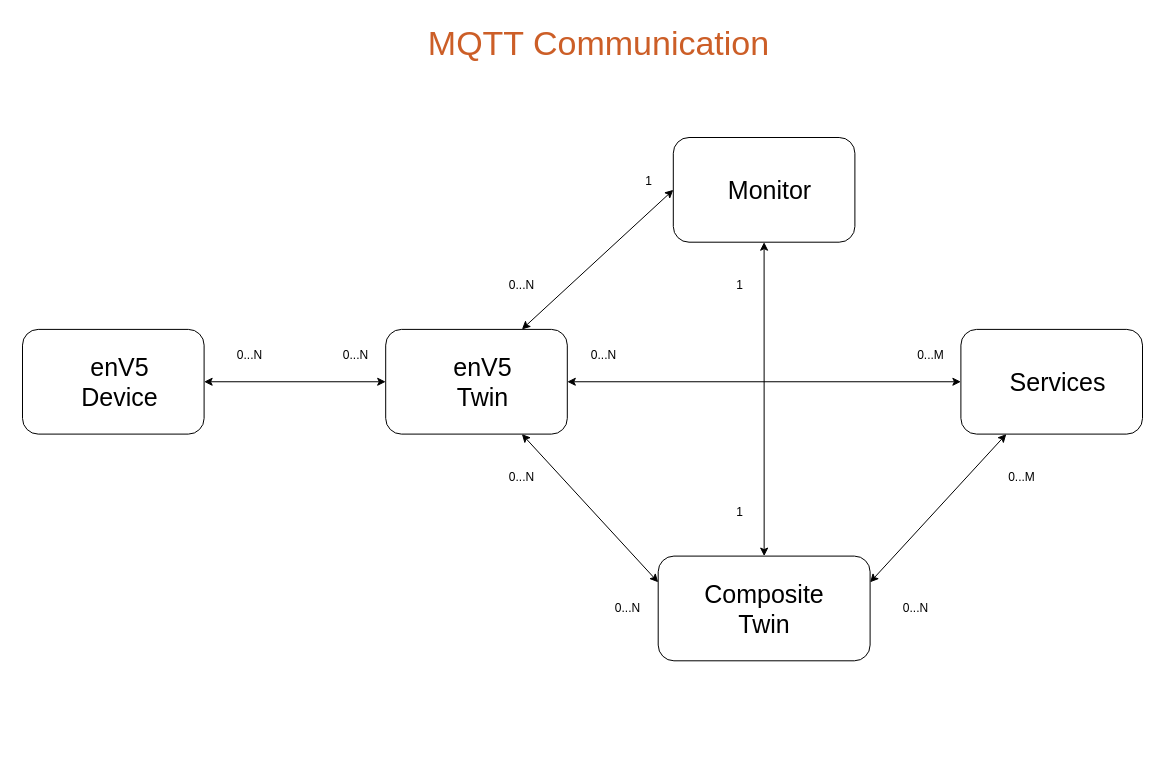
The draw.io diagram MQTT.drawio in HerrCooker/misc, before the edit. Source tidied: cells renumbered, new cells numbered last; positions are measured from the earlier drawing's top-left corner, leaving out a move shared by most shapes. Both pictures are drawn from the tidied source at 100%, with x=0, y=0 at pixel (17, 17).
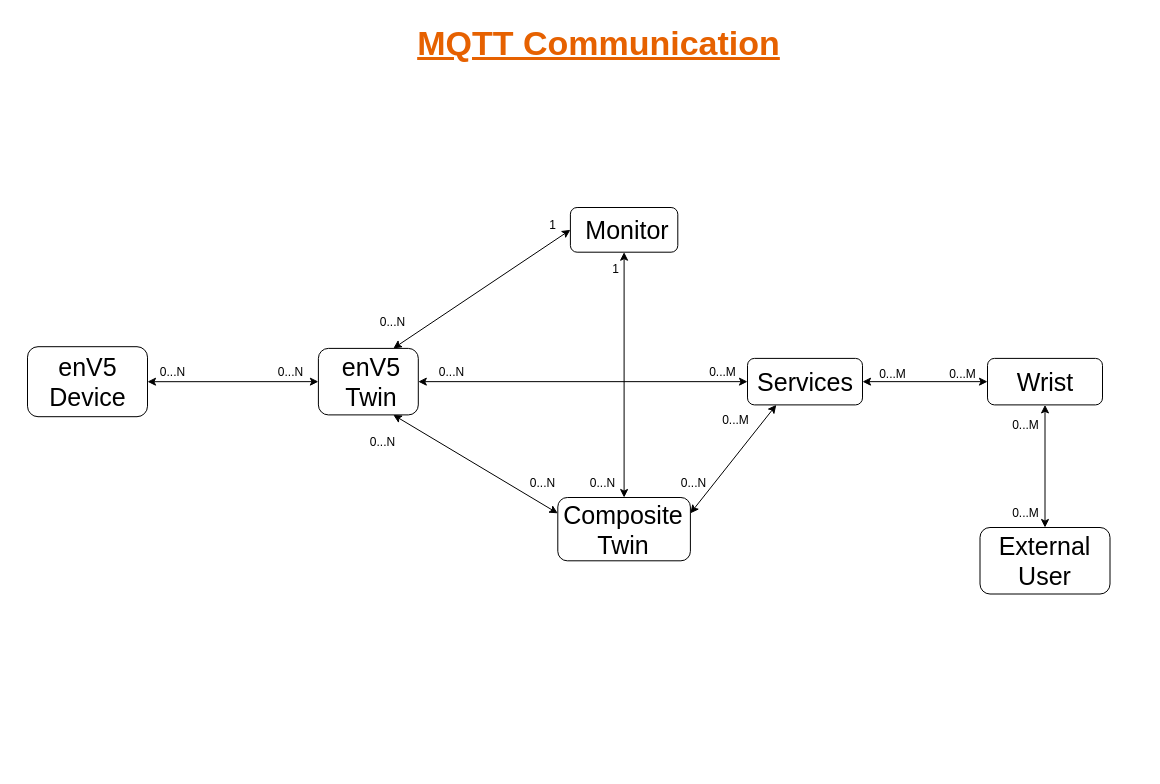
Above is the later version.

The edit, as a diff of the source:
```diff
@@
-    <mxCell id="2" style="group;" parent="1" vertex="1">
-      <mxGeometry width="1125" height="750" as="geometry" />
-    </mxCell>
-    <mxCell id="3" value="&lt;font color=&quot;#cc5e27&quot; style=&quot;font-size: 34px;&quot;&gt;MQTT Communication&lt;/font&gt;" style="text;html=1;strokeColor=none;fillColor=none;align=center;verticalAlign=middle;whiteSpace=wrap;rounded=0;" parent="2" vertex="1">
+    <mxCell id="3" value="&lt;font color=&quot;#e66100&quot;&gt;&lt;b&gt;&lt;font style=&quot;font-size: 34px;&quot;&gt;&lt;u&gt;MQTT Communication&lt;/u&gt;&lt;/font&gt;&lt;/b&gt;&lt;/font&gt;" style="text;html=1;strokeColor=none;fillColor=none;align=center;verticalAlign=middle;whiteSpace=wrap;rounded=0;" parent="1" vertex="1">
       <mxGeometry x="240.6" width="681.1" height="52.3" as="geometry" />
     </mxCell>
-    <mxCell id="4" style="group;" parent="2" vertex="1">
-      <mxGeometry x="943.4" y="311.9" width="181.6" height="104.7" as="geometry" />
-    </mxCell>
-    <mxCell id="5" style="rounded=1;whiteSpace=wrap;html=1;" parent="4" vertex="1">
-      <mxGeometry width="181.6" height="104.7" as="geometry" />
-    </mxCell>
-    <mxCell id="6" value="&lt;font style=&quot;font-size: 25px;&quot;&gt;Services&lt;/font&gt;" style="text;html=1;strokeColor=none;fillColor=none;align=center;verticalAlign=middle;whiteSpace=wrap;rounded=0;" parent="4" vertex="1">
-      <mxGeometry x="51.5" y="26.2" width="90.8" height="52.3" as="geometry" />
-    </mxCell>
-    <mxCell id="7" style="group;" parent="2" vertex="1">
-      <mxGeometry x="655.8" y="120" width="181.6" height="104.7" as="geometry" />
-    </mxCell>
-    <mxCell id="8" style="rounded=1;whiteSpace=wrap;html=1;" parent="7" vertex="1">
-      <mxGeometry width="181.6" height="104.7" as="geometry" />
-    </mxCell>
-    <mxCell id="9" value="&lt;font style=&quot;font-size: 25px;&quot;&gt;Monitor&lt;/font&gt;" style="text;html=1;strokeColor=none;fillColor=none;align=center;verticalAlign=middle;whiteSpace=wrap;rounded=0;" parent="7" vertex="1">
-      <mxGeometry x="51.5" y="26.2" width="90.8" height="52.3" as="geometry" />
-    </mxCell>
-    <mxCell id="10" style="group;" parent="2" vertex="1">
-      <mxGeometry x="368.2" y="311.9" width="181.6" height="104.7" as="geometry" />
-    </mxCell>
-    <mxCell id="11" style="rounded=1;whiteSpace=wrap;html=1;" parent="10" vertex="1">
-      <mxGeometry width="181.6" height="104.7" as="geometry" />
-    </mxCell>
-    <mxCell id="12" value="&lt;div style=&quot;font-size: 25px;&quot;&gt;&lt;font style=&quot;font-size: 25px;&quot;&gt;enV5&lt;/font&gt;&lt;/div&gt;&lt;div style=&quot;font-size: 25px;&quot;&gt;&lt;font style=&quot;font-size: 25px;&quot;&gt;Twin&lt;/font&gt;&lt;br&gt;&lt;/div&gt;" style="text;html=1;strokeColor=none;fillColor=none;align=center;verticalAlign=middle;whiteSpace=wrap;rounded=0;" parent="10" vertex="1">
-      <mxGeometry x="51.5" y="26.2" width="90.8" height="52.3" as="geometry" />
-    </mxCell>
-    <mxCell id="13" style="group;" parent="2" vertex="1">
-      <mxGeometry x="5" y="311.9" width="405" height="388.1" as="geometry" />
-    </mxCell>
-    <mxCell id="14" style="rounded=1;whiteSpace=wrap;html=1;" parent="13" vertex="1">
-      <mxGeometry width="181.6" height="104.7" as="geometry" />
-    </mxCell>
-    <mxCell id="15" value="&lt;div style=&quot;font-size: 25px;&quot;&gt;&lt;font style=&quot;font-size: 25px;&quot;&gt;enV5&lt;/font&gt;&lt;/div&gt;&lt;div style=&quot;font-size: 25px;&quot;&gt;&lt;font style=&quot;font-size: 25px;&quot;&gt;Device&lt;font style=&quot;font-size: 25px;&quot;&gt;&lt;br&gt;&lt;/font&gt;&lt;/font&gt;&lt;/div&gt;" style="text;html=1;strokeColor=none;fillColor=none;align=center;verticalAlign=middle;whiteSpace=wrap;rounded=0;" parent="13" vertex="1">
-      <mxGeometry x="51.5" y="26.2" width="90.8" height="52.3" as="geometry" />
-    </mxCell>
-    <mxCell id="16" style="group;" parent="2" vertex="1">
-      <mxGeometry x="640.7" y="538.6" width="211.9" height="104.7" as="geometry" />
-    </mxCell>
-    <mxCell id="17" style="rounded=1;whiteSpace=wrap;html=1;" parent="16" vertex="1">
-      <mxGeometry width="211.9" height="104.7" as="geometry" />
-    </mxCell>
-    <mxCell id="18" value="&lt;div style=&quot;font-size: 25px;&quot;&gt;&lt;font style=&quot;font-size: 25px;&quot;&gt;Composite&lt;/font&gt;&lt;/div&gt;&lt;div style=&quot;font-size: 25px;&quot;&gt;&lt;font style=&quot;font-size: 25px;&quot;&gt;Twin&lt;/font&gt;&lt;br&gt;&lt;/div&gt;" style="text;html=1;strokeColor=none;fillColor=none;align=center;verticalAlign=middle;whiteSpace=wrap;rounded=0;" parent="16" vertex="1">
-      <mxGeometry x="53" y="26.2" width="105.9" height="52.3" as="geometry" />
-    </mxCell>
-    <mxCell id="19" style="endArrow=classic;startArrow=classic;html=1;rounded=0;entryX=0;entryY=0.5;entryDx=0;entryDy=0;exitX=1;exitY=0.5;exitDx=0;exitDy=0;" parent="2" edge="1" source="11" target="5">
+    <mxCell id="19" style="endArrow=classic;startArrow=classic;html=1;rounded=0;entryX=0;entryY=0.5;entryDx=0;entryDy=0;exitX=1;exitY=0.5;exitDx=0;exitDy=0;" parent="1" edge="1" source="11" target="5">
       <mxGeometry relative="1" as="geometry" />
     </mxCell>
-    <mxCell id="20" style="endArrow=classic;startArrow=classic;html=1;rounded=0;entryX=0;entryY=0.5;entryDx=0;entryDy=0;exitX=1;exitY=0.5;exitDx=0;exitDy=0;" parent="2" edge="1" source="14" target="11">
+    <mxCell id="20" style="endArrow=classic;startArrow=classic;html=1;rounded=0;entryX=0;entryY=0.5;entryDx=0;entryDy=0;exitX=1;exitY=0.5;exitDx=0;exitDy=0;" parent="1" edge="1" source="14" target="11">
       <mxGeometry relative="1" as="geometry" />
     </mxCell>
-    <mxCell id="21" style="endArrow=classic;startArrow=classic;html=1;rounded=0;entryX=0.5;entryY=1;entryDx=0;entryDy=0;exitX=0.5;exitY=0;exitDx=0;exitDy=0;" parent="2" edge="1" source="17" target="8">
+    <mxCell id="21" style="endArrow=classic;startArrow=classic;html=1;rounded=0;entryX=0.5;entryY=1;entryDx=0;entryDy=0;exitX=0.5;exitY=0;exitDx=0;exitDy=0;" parent="1" edge="1" source="17" target="8">
       <mxGeometry relative="1" as="geometry" />
     </mxCell>
-    <mxCell id="22" style="endArrow=classic;startArrow=classic;html=1;rounded=0;entryX=0;entryY=0.5;entryDx=0;entryDy=0;exitX=0.75;exitY=0;exitDx=0;exitDy=0;" parent="2" edge="1" source="11" target="8">
+    <mxCell id="22" style="endArrow=classic;startArrow=classic;html=1;rounded=0;entryX=0;entryY=0.5;entryDx=0;entryDy=0;exitX=0.75;exitY=0;exitDx=0;exitDy=0;" parent="1" edge="1" source="11" target="8">
       <mxGeometry relative="1" as="geometry" />
     </mxCell>
-    <mxCell id="23" style="endArrow=classic;startArrow=classic;html=1;rounded=0;entryX=0;entryY=0.25;entryDx=0;entryDy=0;exitX=0.75;exitY=1;exitDx=0;exitDy=0;" parent="2" edge="1" source="11" target="17">
+    <mxCell id="23" style="endArrow=classic;startArrow=classic;html=1;rounded=0;entryX=0;entryY=0.25;entryDx=0;entryDy=0;exitX=0.75;exitY=1;exitDx=0;exitDy=0;" parent="1" edge="1" source="11" target="17">
       <mxGeometry relative="1" as="geometry" />
     </mxCell>
-    <mxCell id="24" style="endArrow=classic;startArrow=classic;html=1;rounded=0;entryX=0.25;entryY=1;entryDx=0;entryDy=0;exitX=1;exitY=0.25;exitDx=0;exitDy=0;" parent="2" edge="1" source="17" target="5">
+    <mxCell id="24" style="endArrow=classic;startArrow=classic;html=1;rounded=0;entryX=0.25;entryY=1;entryDx=0;entryDy=0;exitX=1;exitY=0.25;exitDx=0;exitDy=0;" parent="1" edge="1" source="17" target="5">
       <mxGeometry relative="1" as="geometry" />
     </mxCell>
-    <mxCell id="25" value="0...N" style="text;html=1;strokeColor=none;fillColor=none;align=center;verticalAlign=middle;whiteSpace=wrap;rounded=0;" parent="2" vertex="1">
-      <mxGeometry x="540.8" y="311.9" width="90.8" height="52.3" as="geometry" />
+    <mxCell id="25" value="0...N" style="text;html=1;strokeColor=none;fillColor=none;align=center;verticalAlign=middle;whiteSpace=wrap;rounded=0;" parent="1" vertex="1">
+      <mxGeometry x="389.2" y="329.2" width="90.8" height="52.3" as="geometry" />
     </mxCell>
-    <mxCell id="26" value="0...N" style="text;html=1;strokeColor=none;fillColor=none;align=center;verticalAlign=middle;whiteSpace=wrap;rounded=0;" parent="2" vertex="1">
-      <mxGeometry x="565" y="564.8" width="90.8" height="52.3" as="geometry" />
+    <mxCell id="26" value="0...N" style="text;html=1;strokeColor=none;fillColor=none;align=center;verticalAlign=middle;whiteSpace=wrap;rounded=0;" parent="1" vertex="1">
+      <mxGeometry x="480" y="439.8" width="90.8" height="52.3" as="geometry" />
     </mxCell>
-    <mxCell id="27" value="0...N" style="text;html=1;strokeColor=none;fillColor=none;align=center;verticalAlign=middle;whiteSpace=wrap;rounded=0;" parent="2" vertex="1">
-      <mxGeometry x="852.6" y="564.8" width="90.8" height="52.3" as="geometry" />
+    <mxCell id="27" value="0...N" style="text;html=1;strokeColor=none;fillColor=none;align=center;verticalAlign=middle;whiteSpace=wrap;rounded=0;" parent="1" vertex="1">
+      <mxGeometry x="631.1" y="439.8" width="90.8" height="52.3" as="geometry" />
     </mxCell>
-    <mxCell id="28" value="0...M" style="text;html=1;strokeColor=none;fillColor=none;align=center;verticalAlign=middle;whiteSpace=wrap;rounded=0;" parent="2" vertex="1">
-      <mxGeometry x="867.7" y="311.9" width="90.8" height="52.3" as="geometry" />
+    <mxCell id="28" value="0...M" style="text;html=1;strokeColor=none;fillColor=none;align=center;verticalAlign=middle;whiteSpace=wrap;rounded=0;" parent="1" vertex="1">
+      <mxGeometry x="660" y="329.2" width="90.8" height="52.3" as="geometry" />
     </mxCell>
-    <mxCell id="29" value="0...M" style="text;html=1;strokeColor=none;fillColor=none;align=center;verticalAlign=middle;whiteSpace=wrap;rounded=0;" parent="2" vertex="1">
-      <mxGeometry x="958.5" y="434" width="90.8" height="52.3" as="geometry" />
+    <mxCell id="29" value="0...M" style="text;html=1;strokeColor=none;fillColor=none;align=center;verticalAlign=middle;whiteSpace=wrap;rounded=0;" parent="1" vertex="1">
+      <mxGeometry x="672.9" y="377" width="90.8" height="52.3" as="geometry" />
     </mxCell>
-    <mxCell id="30" value="1" style="text;html=1;strokeColor=none;fillColor=none;align=center;verticalAlign=middle;whiteSpace=wrap;rounded=0;" parent="2" vertex="1">
-      <mxGeometry x="586.2" y="137.4" width="90.8" height="52.3" as="geometry" />
+    <mxCell id="30" value="1" style="text;html=1;strokeColor=none;fillColor=none;align=center;verticalAlign=middle;whiteSpace=wrap;rounded=0;" parent="1" vertex="1">
+      <mxGeometry x="490" y="182.3" width="90.8" height="52.3" as="geometry" />
     </mxCell>
-    <mxCell id="31" value="0...N" style="text;html=1;strokeColor=none;fillColor=none;align=center;verticalAlign=middle;whiteSpace=wrap;rounded=0;" parent="2" vertex="1">
-      <mxGeometry x="459.1" y="434" width="90.8" height="52.3" as="geometry" />
+    <mxCell id="31" value="0...N" style="text;html=1;strokeColor=none;fillColor=none;align=center;verticalAlign=middle;whiteSpace=wrap;rounded=0;" parent="1" vertex="1">
+      <mxGeometry x="320" y="399.2" width="90.8" height="52.3" as="geometry" />
     </mxCell>
-    <mxCell id="32" value="0...N" style="text;html=1;strokeColor=none;fillColor=none;align=center;verticalAlign=middle;whiteSpace=wrap;rounded=0;" parent="2" vertex="1">
-      <mxGeometry x="459.1" y="242.1" width="90.8" height="52.3" as="geometry" />
+    <mxCell id="32" value="0...N" style="text;html=1;strokeColor=none;fillColor=none;align=center;verticalAlign=middle;whiteSpace=wrap;rounded=0;" parent="1" vertex="1">
+      <mxGeometry x="330" y="278.6" width="90.8" height="52.3" as="geometry" />
     </mxCell>
-    <mxCell id="33" value="1" style="text;html=1;strokeColor=none;fillColor=none;align=center;verticalAlign=middle;whiteSpace=wrap;rounded=0;" parent="2" vertex="1">
-      <mxGeometry x="677" y="242.1" width="90.8" height="52.3" as="geometry" />
+    <mxCell id="33" value="1" style="text;html=1;strokeColor=none;fillColor=none;align=center;verticalAlign=middle;whiteSpace=wrap;rounded=0;" parent="1" vertex="1">
+      <mxGeometry x="552.9" y="226.3" width="90.8" height="52.3" as="geometry" />
     </mxCell>
-    <mxCell id="34" value="1" style="text;html=1;strokeColor=none;fillColor=none;align=center;verticalAlign=middle;whiteSpace=wrap;rounded=0;" parent="2" vertex="1">
-      <mxGeometry x="677" y="468.8" width="90.8" height="52.3" as="geometry" />
-    </mxCell>
-    <mxCell id="35" value="0...N" style="text;html=1;strokeColor=none;fillColor=none;align=center;verticalAlign=middle;whiteSpace=wrap;rounded=0;" parent="2" vertex="1">
-      <mxGeometry x="186.6" y="311.9" width="90.8" height="52.3" as="geometry" />
+    <mxCell id="35" value="0...N" style="text;html=1;strokeColor=none;fillColor=none;align=center;verticalAlign=middle;whiteSpace=wrap;rounded=0;" parent="1" vertex="1">
+      <mxGeometry x="110" y="329.2" width="90.8" height="52.3" as="geometry" />
     </mxCell>
-    <mxCell id="36" value="0...N" style="text;html=1;strokeColor=none;fillColor=none;align=center;verticalAlign=middle;whiteSpace=wrap;rounded=0;" parent="2" vertex="1">
-      <mxGeometry x="292.6" y="311.9" width="90.8" height="52.3" as="geometry" />
+    <mxCell id="36" value="0...N" style="text;html=1;strokeColor=none;fillColor=none;align=center;verticalAlign=middle;whiteSpace=wrap;rounded=0;" parent="1" vertex="1">
+      <mxGeometry x="228.2" y="329.2" width="90.8" height="52.3" as="geometry" />
     </mxCell>
+    <mxCell id="37" style="group;" parent="1" vertex="1">
+      <mxGeometry x="10" y="329.2" width="120" height="70" as="geometry" />
+    </mxCell>
+    <mxCell id="14" style="rounded=1;whiteSpace=wrap;html=1;" parent="37" vertex="1">
+      <mxGeometry width="120" height="70" as="geometry" />
+    </mxCell>
+    <mxCell id="15" value="&lt;div style=&quot;font-size: 25px;&quot;&gt;&lt;font style=&quot;font-size: 25px;&quot;&gt;enV5&lt;/font&gt;&lt;/div&gt;&lt;div style=&quot;font-size: 25px;&quot;&gt;&lt;font style=&quot;font-size: 25px;&quot;&gt;Device&lt;font style=&quot;font-size: 25px;&quot;&gt;&lt;br&gt;&lt;/font&gt;&lt;/font&gt;&lt;/div&gt;" style="text;html=1;strokeColor=none;fillColor=none;align=center;verticalAlign=middle;whiteSpace=wrap;rounded=0;" parent="37" vertex="1">
+      <mxGeometry x="14.6" y="8.8" width="90.8" height="52.3" as="geometry" />
+    </mxCell>
+    <mxCell id="38" style="group;" parent="1" vertex="1">
+      <mxGeometry x="300.9" y="330.9" width="99.9" height="66.5" as="geometry" />
+    </mxCell>
+    <mxCell id="11" style="rounded=1;whiteSpace=wrap;html=1;" parent="38" vertex="1">
+      <mxGeometry width="99.9" height="66.5" as="geometry" />
+    </mxCell>
+    <mxCell id="12" value="&lt;div style=&quot;font-size: 25px;&quot;&gt;&lt;font style=&quot;font-size: 25px;&quot;&gt;enV5&lt;/font&gt;&lt;/div&gt;&lt;div style=&quot;font-size: 25px;&quot;&gt;&lt;font style=&quot;font-size: 25px;&quot;&gt;Twin&lt;/font&gt;&lt;br&gt;&lt;/div&gt;" style="text;html=1;strokeColor=none;fillColor=none;align=center;verticalAlign=middle;whiteSpace=wrap;rounded=0;" parent="38" vertex="1">
+      <mxGeometry x="28.3" y="16.6" width="49.9" height="33.3" as="geometry" />
+    </mxCell>
+    <mxCell id="39" style="group;" parent="1" vertex="1">
+      <mxGeometry x="552.9" y="190" width="107.4" height="44.7" as="geometry" />
+    </mxCell>
+    <mxCell id="8" style="rounded=1;whiteSpace=wrap;html=1;" parent="39" vertex="1">
+      <mxGeometry width="107.4" height="44.7" as="geometry" />
+    </mxCell>
+    <mxCell id="9" value="&lt;font style=&quot;font-size: 25px;&quot;&gt;Monitor&lt;/font&gt;" style="text;html=1;strokeColor=none;fillColor=none;align=center;verticalAlign=middle;whiteSpace=wrap;rounded=0;" parent="39" vertex="1">
+      <mxGeometry x="30.4" y="11.2" width="53.7" height="22.3" as="geometry" />
+    </mxCell>
+    <mxCell id="40" style="group;" parent="1" vertex="1">
+      <mxGeometry x="540.3" y="480" width="132.6" height="63.3" as="geometry" />
+    </mxCell>
+    <mxCell id="17" style="rounded=1;whiteSpace=wrap;html=1;" parent="40" vertex="1">
+      <mxGeometry width="132.6" height="63.3" as="geometry" />
+    </mxCell>
+    <mxCell id="18" value="&lt;div style=&quot;font-size: 25px;&quot;&gt;&lt;font style=&quot;font-size: 25px;&quot;&gt;Composite&lt;/font&gt;&lt;/div&gt;&lt;div style=&quot;font-size: 25px;&quot;&gt;&lt;font style=&quot;font-size: 25px;&quot;&gt;Twin&lt;/font&gt;&lt;br&gt;&lt;/div&gt;" style="text;html=1;strokeColor=none;fillColor=none;align=center;verticalAlign=middle;whiteSpace=wrap;rounded=0;" parent="40" vertex="1">
+      <mxGeometry x="33.1" y="15.8" width="66.3" height="31.6" as="geometry" />
+    </mxCell>
+    <mxCell id="41" value="0...N" style="text;html=1;strokeColor=none;fillColor=none;align=center;verticalAlign=middle;whiteSpace=wrap;rounded=0;" parent="1" vertex="1">
+      <mxGeometry x="540.3" y="439.8" width="90.8" height="52.3" as="geometry" />
+    </mxCell>
+    <mxCell id="42" style="group;" parent="1" vertex="1">
+      <mxGeometry x="730" y="340.9" width="115" height="46.5" as="geometry" />
+    </mxCell>
+    <mxCell id="5" style="rounded=1;whiteSpace=wrap;html=1;" parent="42" vertex="1">
+      <mxGeometry width="115" height="46.5" as="geometry" />
+    </mxCell>
+    <mxCell id="6" value="&lt;font style=&quot;font-size: 25px;&quot;&gt;Services&lt;/font&gt;" style="text;html=1;strokeColor=none;fillColor=none;align=center;verticalAlign=middle;whiteSpace=wrap;rounded=0;" parent="42" vertex="1">
+      <mxGeometry x="28.8" y="11.6" width="57.5" height="23.3" as="geometry" />
+    </mxCell>
+    <mxCell id="43" style="group;" parent="1" vertex="1">
+      <mxGeometry x="970" y="340.9" width="115" height="46.5" as="geometry" />
+    </mxCell>
+    <mxCell id="44" style="rounded=1;whiteSpace=wrap;html=1;" parent="43" vertex="1">
+      <mxGeometry width="115" height="46.5" as="geometry" />
+    </mxCell>
+    <mxCell id="45" value="&lt;font style=&quot;font-size: 25px;&quot;&gt;Wrist&lt;/font&gt;" style="text;html=1;strokeColor=none;fillColor=none;align=center;verticalAlign=middle;whiteSpace=wrap;rounded=0;" parent="43" vertex="1">
+      <mxGeometry x="28.8" y="11.6" width="57.5" height="23.3" as="geometry" />
+    </mxCell>
+    <mxCell id="46" style="endArrow=classic;startArrow=classic;html=1;rounded=0;entryX=0;entryY=0.5;entryDx=0;entryDy=0;exitX=1;exitY=0.5;exitDx=0;exitDy=0;" parent="1" edge="1" source="5" target="44">
+      <mxGeometry relative="1" as="geometry" />
+    </mxCell>
+    <mxCell id="47" style="group;" parent="1" vertex="1">
+      <mxGeometry x="962.5" y="510" width="130" height="66.5" as="geometry" />
+    </mxCell>
+    <mxCell id="48" style="rounded=1;whiteSpace=wrap;html=1;" parent="47" vertex="1">
+      <mxGeometry width="130" height="66.5" as="geometry" />
+    </mxCell>
+    <mxCell id="49" value="&lt;div style=&quot;font-size: 25px;&quot;&gt;&lt;font style=&quot;font-size: 25px;&quot;&gt;External&lt;/font&gt;&lt;/div&gt;&lt;div style=&quot;font-size: 25px;&quot;&gt;&lt;font style=&quot;font-size: 25px;&quot;&gt;User&lt;font style=&quot;font-size: 25px;&quot;&gt;&lt;br&gt;&lt;/font&gt;&lt;/font&gt;&lt;/div&gt;" style="text;html=1;strokeColor=none;fillColor=none;align=center;verticalAlign=middle;whiteSpace=wrap;rounded=0;" parent="47" vertex="1">
+      <mxGeometry x="32.5" y="16.6" width="65" height="33.3" as="geometry" />
+    </mxCell>
+    <mxCell id="50" style="endArrow=classic;startArrow=classic;html=1;rounded=0;entryX=0.5;entryY=1;entryDx=0;entryDy=0;exitX=0.5;exitY=0;exitDx=0;exitDy=0;" parent="1" edge="1" source="48" target="44">
+      <mxGeometry relative="1" as="geometry" />
+    </mxCell>
+    <mxCell id="51" value="0...M" style="text;html=1;strokeColor=none;fillColor=none;align=center;verticalAlign=middle;whiteSpace=wrap;rounded=0;" parent="1" vertex="1">
+      <mxGeometry x="830" y="330.9" width="90.8" height="52.3" as="geometry" />
+    </mxCell>
+    <mxCell id="52" value="0...M" style="text;html=1;strokeColor=none;fillColor=none;align=center;verticalAlign=middle;whiteSpace=wrap;rounded=0;" parent="1" vertex="1">
+      <mxGeometry x="900" y="330.9" width="90.8" height="52.3" as="geometry" />
+    </mxCell>
+    <mxCell id="53" value="0...M" style="text;html=1;strokeColor=none;fillColor=none;align=center;verticalAlign=middle;whiteSpace=wrap;rounded=0;" parent="1" vertex="1">
+      <mxGeometry x="962.5" y="381.5" width="90.8" height="52.3" as="geometry" />
+    </mxCell>
+    <mxCell id="54" value="0...M" style="text;html=1;strokeColor=none;fillColor=none;align=center;verticalAlign=middle;whiteSpace=wrap;rounded=0;" parent="1" vertex="1">
+      <mxGeometry x="962.5" y="470" width="90.8" height="52.3" as="geometry" />
+    </mxCell>
```
